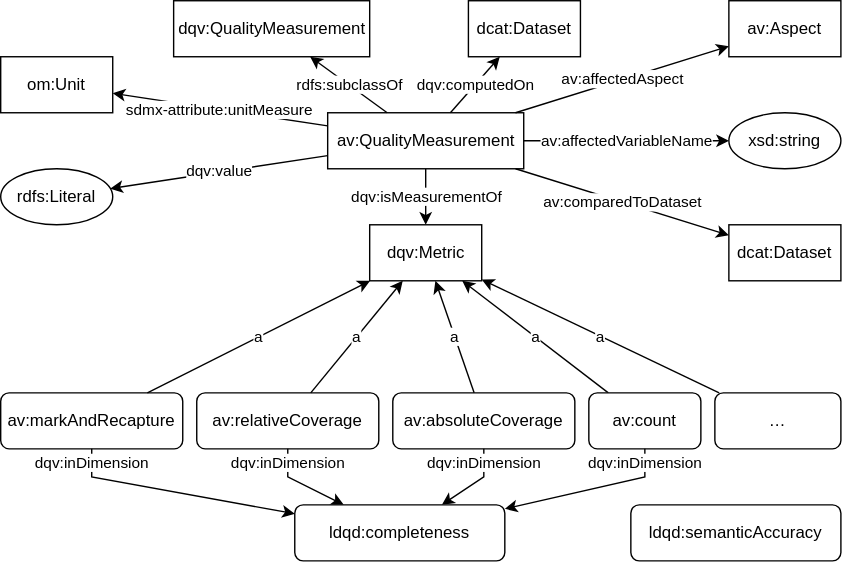
Above: qualityMeasurementGraph.svg in fusion-jena/abecto-vocabulary (draw.io), before the change. Source tidied: cells renumbered, new cells last; positions are measured from the earlier drawing's top-left corner, leaving out a move shared by most shapes.
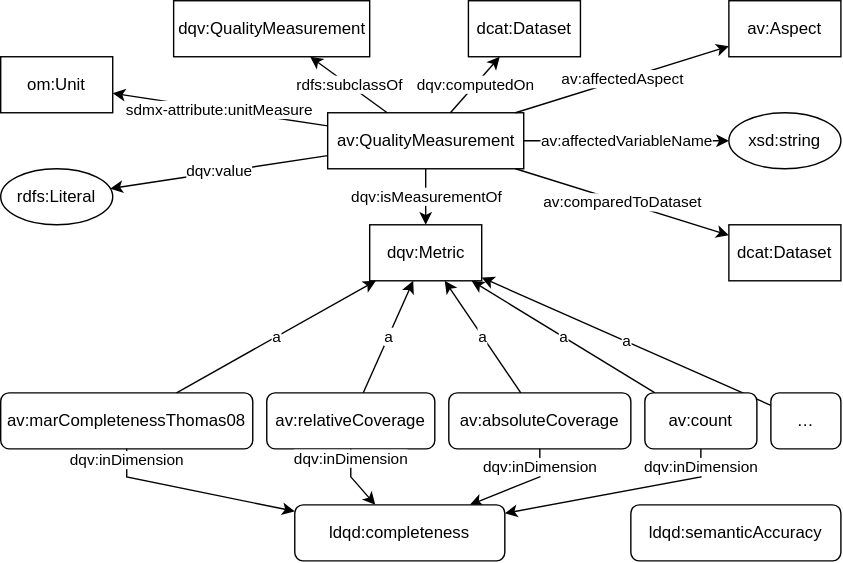
After the commit.

Commit message:
adjust mark and recapture measure

Change to the diagram source:
```diff
@@ -29,8 +29,8 @@
     <mxCell id="10" value="rdfs:Literal" style="ellipse;whiteSpace=wrap;html=1;" parent="1" vertex="1">
       <mxGeometry y="120" width="80" height="40" as="geometry" />
     </mxCell>
-    <mxCell id="11" value="av:markAndRecapture" style="whiteSpace=wrap;html=1;rounded=1;" parent="1" vertex="1">
-      <mxGeometry y="280" width="130" height="40" as="geometry" />
+    <mxCell id="11" value="av:marCompletenessThomas08" style="whiteSpace=wrap;html=1;rounded=1;" parent="1" vertex="1">
+      <mxGeometry y="280" width="180" height="40" as="geometry" />
     </mxCell>
     <mxCell id="12" value="a" style="edgeStyle=none;rounded=0;jettySize=auto;html=1;" parent="1" edge="1" source="11" target="6">
       <mxGeometry relative="1" as="geometry" />
@@ -38,7 +38,7 @@
     <mxCell id="13" value="dqv:inDimension" style="edgeStyle=none;rounded=0;jettySize=auto;html=1;" parent="1" edge="1" source="11" target="31">
       <mxGeometry x="-0.88" relative="1" as="geometry">
         <Array as="points">
-          <mxPoint x="65" y="340" />
+          <mxPoint x="90" y="340" />
         </Array>
       </mxGeometry>
     </mxCell>
@@ -63,11 +63,8 @@
     <mxCell id="20" value="av:comparedToDataset" style="jettySize=auto;html=1;" parent="1" edge="1" source="5" target="19">
       <mxGeometry relative="1" as="geometry" />
     </mxCell>
-    <mxCell id="21" value="av:count" style="whiteSpace=wrap;html=1;rounded=1;" parent="1" vertex="1">
-      <mxGeometry x="420" y="280" width="80" height="40" as="geometry" />
-    </mxCell>
     <mxCell id="22" value="av:absoluteCoverage" style="whiteSpace=wrap;html=1;rounded=1;" parent="1" vertex="1">
-      <mxGeometry x="280" y="280" width="130" height="40" as="geometry" />
+      <mxGeometry x="320" y="280" width="130" height="40" as="geometry" />
     </mxCell>
     <mxCell id="23" value="a" style="edgeStyle=none;rounded=0;jettySize=auto;html=1;" parent="1" edge="1" source="29" target="6">
       <mxGeometry relative="1" as="geometry" />
@@ -78,30 +75,30 @@
     <mxCell id="25" value="dqv:inDimension" style="edgeStyle=none;rounded=0;jettySize=auto;html=1;" parent="1" edge="1" source="21" target="31">
       <mxGeometry x="-0.84" relative="1" as="geometry">
         <Array as="points">
-          <mxPoint x="460" y="340" />
+          <mxPoint x="500" y="340" />
         </Array>
       </mxGeometry>
     </mxCell>
     <mxCell id="26" value="dqv:inDimension" style="edgeStyle=none;rounded=0;jettySize=auto;html=1;" parent="1" edge="1" source="22" target="31">
       <mxGeometry x="-0.64" relative="1" as="geometry">
         <Array as="points">
-          <mxPoint x="345" y="340" />
+          <mxPoint x="385" y="340" />
         </Array>
       </mxGeometry>
     </mxCell>
     <mxCell id="27" value="av:relativeCoverage" style="whiteSpace=wrap;html=1;rounded=1;" parent="1" vertex="1">
-      <mxGeometry x="140" y="280" width="130" height="40" as="geometry" />
+      <mxGeometry x="190" y="280" width="120" height="40" as="geometry" />
     </mxCell>
     <mxCell id="28" value="a" style="edgeStyle=none;rounded=0;jettySize=auto;html=1;" parent="1" edge="1" source="27" target="6">
       <mxGeometry relative="1" as="geometry" />
     </mxCell>
     <mxCell id="29" value="…" style="whiteSpace=wrap;html=1;rounded=1;" parent="1" vertex="1">
-      <mxGeometry x="510" y="280" width="90" height="40" as="geometry" />
+      <mxGeometry x="550" y="280" width="50" height="40" as="geometry" />
     </mxCell>
     <mxCell id="30" value="dqv:inDimension" style="edgeStyle=none;rounded=0;jettySize=auto;html=1;" parent="1" edge="1" source="27" target="31">
       <mxGeometry x="-0.69" relative="1" as="geometry">
         <Array as="points">
-          <mxPoint x="205" y="340" />
+          <mxPoint x="250" y="340" />
         </Array>
       </mxGeometry>
     </mxCell>
@@ -117,5 +114,8 @@
     <mxCell id="34" value="rdfs:subclassOf" style="edgeStyle=none;rounded=0;jettySize=auto;html=1;" parent="1" edge="1" source="5" target="33">
       <mxGeometry relative="1" as="geometry" />
     </mxCell>
+    <mxCell id="21" value="av:count" style="whiteSpace=wrap;html=1;rounded=1;" parent="1" vertex="1">
+      <mxGeometry x="460" y="280" width="80" height="40" as="geometry" />
+    </mxCell>
   </root>
 </mxGraphModel>
```
